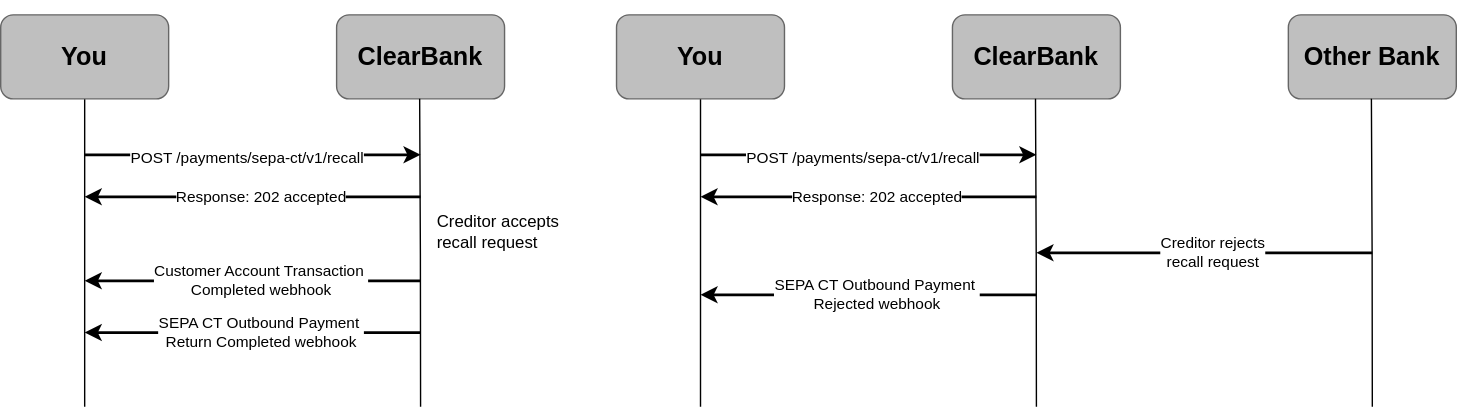
This is static/assets/images/sepa-ct-recall-request.svg from clearbank/clearbank.github.io, a draw.io export, as it was before one commit. Source tidied: cells renumbered, new cells last; positions are measured from the earlier drawing's top-left corner, leaving out a move shared by most shapes.
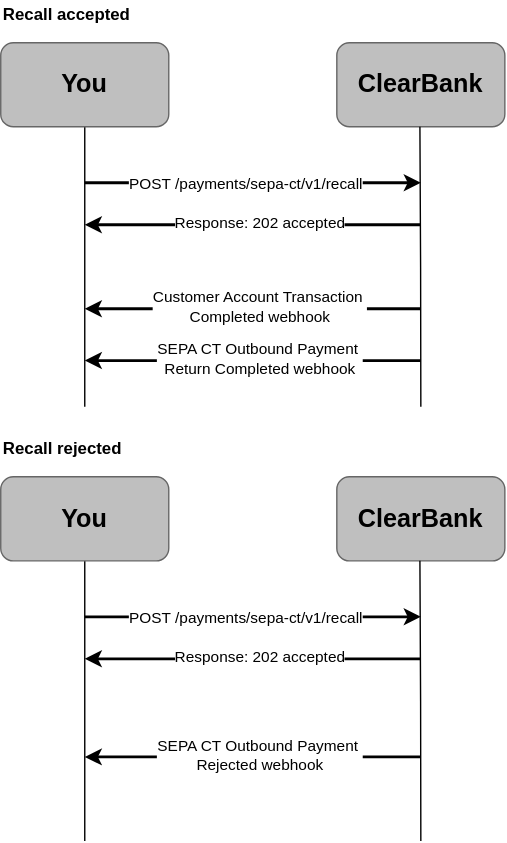
After the commit.

Commit message:
vertical orientation, no Other Bank

Diff of the diagram source:
```diff
@@ -19,12 +19,12 @@
     <mxCell id="5" style="edgeStyle=orthogonalEdgeStyle;rounded=0;orthogonalLoop=1;jettySize=auto;html=1;endArrow=none;endFill=0;fontFamily=Arial;" parent="1" edge="1">
       <mxGeometry relative="1" as="geometry">
         <mxPoint x="299.3" y="70" as="sourcePoint" />
-        <mxPoint x="300" y="290" as="targetPoint" />
+        <mxPoint x="300" y="270" as="targetPoint" />
       </mxGeometry>
     </mxCell>
     <mxCell id="6" style="edgeStyle=orthogonalEdgeStyle;rounded=0;jettySize=auto;html=1;endArrow=none;endFill=0;fontFamily=Arial;" parent="1" edge="1" source="7">
       <mxGeometry relative="1" as="geometry">
-        <mxPoint x="60" y="290" as="targetPoint" />
+        <mxPoint x="60" y="270" as="targetPoint" />
       </mxGeometry>
     </mxCell>
     <mxCell id="7" value="You" style="rounded=1;whiteSpace=wrap;html=1;strokeColor=#666666;fillColor=#BFBFBF;gradientColor=none;fontFamily=Arial;fontStyle=1;fontSize=18;" parent="1" vertex="1">
@@ -67,29 +67,29 @@
       </mxGeometry>
     </mxCell>
     <mxCell id="15" value="ClearBank" style="rounded=1;whiteSpace=wrap;html=1;strokeColor=#666666;fillColor=#BFBFBF;gradientColor=none;fontFamily=Arial;fontStyle=1;fontSize=18;" parent="1" vertex="1">
-      <mxGeometry x="680" y="10" width="120" height="60" as="geometry" />
+      <mxGeometry x="240" y="320" width="120" height="60" as="geometry" />
     </mxCell>
     <mxCell id="16" style="edgeStyle=orthogonalEdgeStyle;rounded=0;orthogonalLoop=1;jettySize=auto;html=1;endArrow=none;endFill=0;fontFamily=Arial;" parent="1" edge="1">
       <mxGeometry relative="1" as="geometry">
-        <mxPoint x="739.3" y="70" as="sourcePoint" />
-        <mxPoint x="740" y="290" as="targetPoint" />
+        <mxPoint x="299.3" y="380" as="sourcePoint" />
+        <mxPoint x="300" y="580" as="targetPoint" />
       </mxGeometry>
     </mxCell>
     <mxCell id="17" style="edgeStyle=orthogonalEdgeStyle;rounded=0;jettySize=auto;html=1;endArrow=none;endFill=0;fontFamily=Arial;" parent="1" edge="1" source="18">
       <mxGeometry relative="1" as="geometry">
-        <mxPoint x="500" y="290" as="targetPoint" />
+        <mxPoint x="60" y="580" as="targetPoint" />
       </mxGeometry>
     </mxCell>
     <mxCell id="18" value="You" style="rounded=1;whiteSpace=wrap;html=1;strokeColor=#666666;fillColor=#BFBFBF;gradientColor=none;fontFamily=Arial;fontStyle=1;fontSize=18;" parent="1" vertex="1">
-      <mxGeometry x="440" y="10" width="120" height="60" as="geometry" />
+      <mxGeometry y="320" width="120" height="60" as="geometry" />
     </mxCell>
     <mxCell id="19" style="rounded=0;whiteSpace=wrap;html=1;strokeColor=none;fillColor=none;fontFamily=Arial;" parent="1" vertex="1">
-      <mxGeometry x="540" width="120" height="10" as="geometry" />
+      <mxGeometry x="120" width="120" height="10" as="geometry" />
     </mxCell>
     <mxCell id="20" style="endArrow=classic;html=1;rounded=0;strokeWidth=2;fontFamily=Arial;" parent="1" edge="1">
       <mxGeometry relative="1" as="geometry">
-        <mxPoint x="500" y="110" as="sourcePoint" />
-        <mxPoint x="740" y="110" as="targetPoint" />
+        <mxPoint x="60" y="420" as="sourcePoint" />
+        <mxPoint x="300" y="420" as="targetPoint" />
       </mxGeometry>
     </mxCell>
     <mxCell id="21" value="&lt;div&gt;POST /payments/sepa-ct/v1/recall&lt;/div&gt;" style="edgeLabel;html=1;align=center;verticalAlign=middle;fontFamily=Arial;" parent="20" vertex="1">
@@ -99,8 +99,8 @@
     </mxCell>
     <mxCell id="22" style="endArrow=classic;html=1;rounded=0;strokeWidth=2;fontFamily=Arial;" parent="1" edge="1">
       <mxGeometry relative="1" as="geometry">
-        <mxPoint x="740" y="140" as="sourcePoint" />
-        <mxPoint x="500" y="140" as="targetPoint" />
+        <mxPoint x="300" y="450" as="sourcePoint" />
+        <mxPoint x="60" y="450" as="targetPoint" />
       </mxGeometry>
     </mxCell>
     <mxCell id="23" value="&lt;div&gt;Response: 202 accepted&lt;/div&gt;" style="edgeLabel;html=1;align=center;verticalAlign=middle;fontFamily=Arial;" parent="22" vertex="1">
@@ -110,8 +110,8 @@
     </mxCell>
     <mxCell id="24" style="endArrow=classic;html=1;rounded=0;strokeWidth=2;fontFamily=Arial;" parent="1" edge="1">
       <mxGeometry relative="1" as="geometry">
-        <mxPoint x="740" y="210" as="sourcePoint" />
-        <mxPoint x="500" y="210" as="targetPoint" />
+        <mxPoint x="300" y="520" as="sourcePoint" />
+        <mxPoint x="60" y="520" as="targetPoint" />
       </mxGeometry>
     </mxCell>
     <mxCell id="25" value="SEPA CT Outbound Payment&amp;nbsp;&lt;div&gt;Rejected webhook&lt;br&gt;&lt;/div&gt;" style="edgeLabel;html=1;align=center;verticalAlign=middle;fontFamily=Arial;" parent="24" vertex="1">
@@ -119,28 +119,11 @@
         <mxPoint x="15" as="offset" />
       </mxGeometry>
     </mxCell>
-    <mxCell id="26" value="Creditor accepts recall request" style="text;html=1;align=left;verticalAlign=middle;whiteSpace=wrap;rounded=0;" parent="1" vertex="1">
-      <mxGeometry x="310" y="150" width="90" height="30" as="geometry" />
-    </mxCell>
-    <mxCell id="27" style="endArrow=classic;html=1;rounded=0;strokeWidth=2;fontFamily=Arial;" parent="1" edge="1">
-      <mxGeometry relative="1" as="geometry">
-        <mxPoint x="980" y="180" as="sourcePoint" />
-        <mxPoint x="740" y="180" as="targetPoint" />
-      </mxGeometry>
-    </mxCell>
-    <mxCell id="28" value="&lt;div&gt;Creditor rejects&lt;br&gt;recall request&lt;/div&gt;" style="edgeLabel;html=1;align=center;verticalAlign=middle;fontFamily=Arial;" parent="27" vertex="1">
-      <mxGeometry x="0.09" y="-1" relative="1" as="geometry">
-        <mxPoint x="15" as="offset" />
-      </mxGeometry>
-    </mxCell>
-    <mxCell id="29" value="Other Bank" style="rounded=1;whiteSpace=wrap;html=1;strokeColor=#666666;fillColor=#BFBFBF;gradientColor=none;fontFamily=Arial;fontStyle=1;fontSize=18;" parent="1" vertex="1">
-      <mxGeometry x="920" y="10" width="120" height="60" as="geometry" />
-    </mxCell>
-    <mxCell id="30" style="edgeStyle=orthogonalEdgeStyle;rounded=0;orthogonalLoop=1;jettySize=auto;html=1;endArrow=none;endFill=0;fontFamily=Arial;" parent="1" edge="1">
-      <mxGeometry relative="1" as="geometry">
-        <mxPoint x="979.3" y="70" as="sourcePoint" />
-        <mxPoint x="980" y="290" as="targetPoint" />
-      </mxGeometry>
-    </mxCell>
+    <mxCell id="31" value="&lt;b&gt;Recall rejected&lt;/b&gt;" style="text;html=1;align=left;verticalAlign=middle;whiteSpace=wrap;rounded=0;" parent="1" vertex="1">
+      <mxGeometry y="290" width="140" height="20" as="geometry" />
+    </mxCell>
+    <mxCell id="32" value="&lt;b&gt;Recall accepted&lt;/b&gt;" style="text;html=1;align=left;verticalAlign=middle;whiteSpace=wrap;rounded=0;" parent="1" vertex="1">
+      <mxGeometry y="-20" width="140" height="20" as="geometry" />
+    </mxCell>
   </root>
 </mxGraphModel>
```
